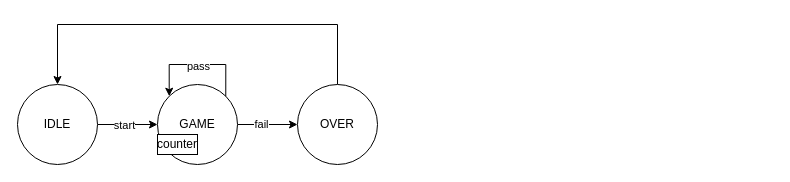
This is page "game_module FSM" (2 of 4) of doc/SystenArchitecture.drawio from cong2738/FlagGame, a draw.io file, before an edit. Source tidied: cells renumbered, new cells numbered last; positions are measured from the earlier drawing's top-left corner, leaving out a move shared by most shapes. Both pictures are drawn from the tidied source at 100%, with x=0, y=0 at pixel (17, 24).
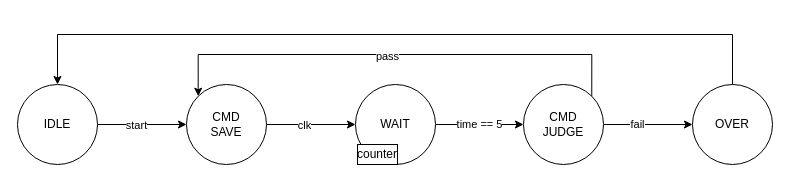
The same diagram, later.

The change refers to these unchanged cells:
```xml
<mxCell id="4" value="IDLE" style="ellipse;whiteSpace=wrap;html=1;" parent="1" vertex="1">
  <mxGeometry y="60" width="80" height="80" as="geometry" />
</mxCell>
```

Diff of the diagram source:
```diff
@@
-    <mxCell id="2" style="edgeStyle=orthogonalEdgeStyle;rounded=0;jettySize=auto;html=1;" parent="1" edge="1" source="4" target="7">
+    <mxCell id="2" value="time == 5" style="edgeStyle=orthogonalEdgeStyle;rounded=0;jettySize=auto;html=1;" parent="1" edge="1" source="18" target="7">
       <mxGeometry relative="1" as="geometry" />
     </mxCell>
-    <mxCell id="3" value="start" style="edgeLabel;html=1;align=center;verticalAlign=middle;" parent="2" vertex="1">
-      <mxGeometry x="-0.17" y="-2" relative="1" as="geometry">
-        <mxPoint x="1" y="-2" as="offset" />
-      </mxGeometry>
-    </mxCell>
@@
-    <mxCell id="7" value="GAME" style="ellipse;whiteSpace=wrap;html=1;" parent="1" vertex="1">
-      <mxGeometry x="140" y="60" width="80" height="80" as="geometry" />
-    </mxCell>
     <mxCell id="8" style="edgeStyle=orthogonalEdgeStyle;rounded=0;jettySize=auto;html=1;exitX=0.5;exitY=0;exitDx=0;exitDy=0;entryX=0.5;entryY=0;entryDx=0;entryDy=0;" parent="1" edge="1" source="9" target="4">
       <mxGeometry relative="1" as="geometry">
         <Array as="points">
-          <mxPoint x="320" />
-          <mxPoint x="40" />
+          <mxPoint x="715" y="10" />
+          <mxPoint x="40" y="10" />
         </Array>
       </mxGeometry>
     </mxCell>
     <mxCell id="9" value="OVER" style="ellipse;whiteSpace=wrap;html=1;" parent="1" vertex="1">
-      <mxGeometry x="280" y="60" width="80" height="80" as="geometry" />
+      <mxGeometry x="675" y="60" width="80" height="80" as="geometry" />
     </mxCell>
+    <mxCell id="13" style="edgeStyle=orthogonalEdgeStyle;rounded=0;jettySize=auto;html=1;" parent="1" edge="1" source="4" target="14">
+      <mxGeometry relative="1" as="geometry" />
+    </mxCell>
+    <mxCell id="3" value="start" style="edgeLabel;html=1;align=center;verticalAlign=middle;" parent="13" vertex="1">
+      <mxGeometry x="-0.17" y="-2" relative="1" as="geometry">
+        <mxPoint x="1" y="-2" as="offset" />
+      </mxGeometry>
+    </mxCell>
+    <mxCell id="14" value="CMD&lt;br&gt;SAVE" style="ellipse;whiteSpace=wrap;html=1;" parent="1" vertex="1">
+      <mxGeometry x="169" y="60" width="80" height="80" as="geometry" />
+    </mxCell>
+    <mxCell id="15" style="edgeStyle=orthogonalEdgeStyle;rounded=0;jettySize=auto;html=1;" parent="1" edge="1" source="14" target="18">
+      <mxGeometry relative="1" as="geometry" />
+    </mxCell>
+    <mxCell id="16" value="clk" style="edgeLabel;html=1;align=center;verticalAlign=middle;" parent="15" vertex="1">
+      <mxGeometry x="-0.16" relative="1" as="geometry" />
+    </mxCell>
-    <mxCell id="10" style="edgeStyle=orthogonalEdgeStyle;rounded=0;orthogonalLoop=1;jettySize=auto;html=1;exitX=1;exitY=0;exitDx=0;exitDy=0;entryX=0;entryY=0;entryDx=0;entryDy=0;" parent="1" edge="1" source="7" target="7">
+    <mxCell id="10" style="edgeStyle=orthogonalEdgeStyle;rounded=0;jettySize=auto;html=1;exitX=1;exitY=0;exitDx=0;exitDy=0;entryX=0;entryY=0;entryDx=0;entryDy=0;" parent="1" edge="1" source="7" target="14">
       <mxGeometry relative="1" as="geometry">
         <Array as="points">
-          <mxPoint x="208" y="40" />
-          <mxPoint x="152" y="40" />
+          <mxPoint x="574" y="30" />
+          <mxPoint x="181" y="30" />
         </Array>
       </mxGeometry>
     </mxCell>
@@
+    <mxCell id="7" value="CMD&lt;br&gt;JUDGE" style="ellipse;whiteSpace=wrap;html=1;" parent="1" vertex="1">
+      <mxGeometry x="506" y="60" width="80" height="80" as="geometry" />
+    </mxCell>
+    <mxCell id="17" style="group;" parent="1" vertex="1">
+      <mxGeometry x="338" y="60" width="80" height="80" as="geometry" />
+    </mxCell>
+    <mxCell id="18" value="WAIT" style="ellipse;whiteSpace=wrap;html=1;" parent="17" vertex="1">
+      <mxGeometry width="80" height="80" as="geometry" />
+    </mxCell>
-    <mxCell id="12" value="counter" style="rounded=0;whiteSpace=wrap;html=1;" parent="1" vertex="1">
-      <mxGeometry x="140" y="110" width="40" height="20" as="geometry" />
+    <mxCell id="12" value="counter" style="rounded=0;whiteSpace=wrap;html=1;" parent="17" vertex="1">
+      <mxGeometry x="2" y="60" width="40" height="20" as="geometry" />
     </mxCell>
```
